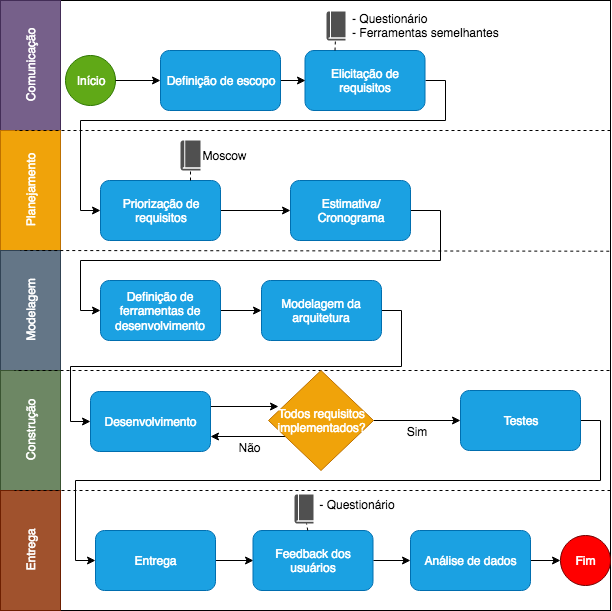
This is figuras/modeloprocesso.png from Eduardojvr/tcc2Escrita, a draw.io export, as it was before one commit. Source tidied: cells renumbered, new cells last; positions are measured from the earlier drawing's top-left corner, leaving out a move shared by most shapes.
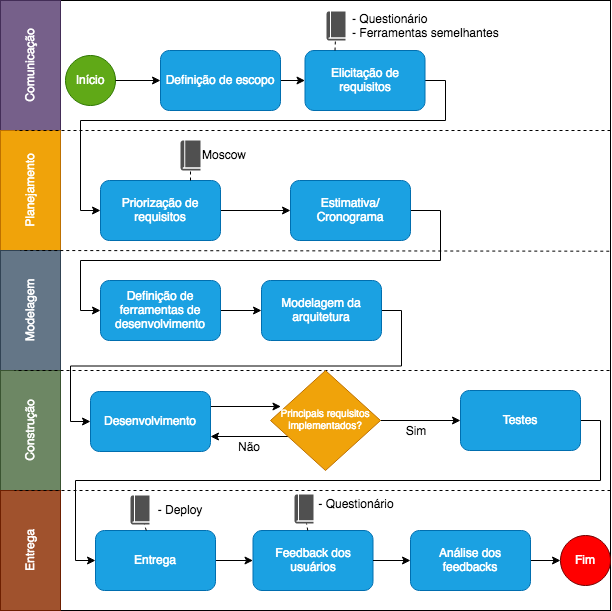
Above is the later version.

The edit, as a diff of the source:
```diff
@@ -153,7 +153,7 @@
     <mxCell id="41" value="Fim" style="ellipse;whiteSpace=wrap;html=1;fillColor=#FF0000;strokeColor=#6F0000;fontColor=#ffffff;" parent="1" vertex="1">
       <mxGeometry x="595" y="535" width="50" height="50" as="geometry" />
     </mxCell>
-    <mxCell id="42" value="Análise de dados" style="rounded=1;whiteSpace=wrap;html=1;glass=0;fillColor=#1ba1e2;strokeColor=#006EAF;fontColor=#ffffff;" parent="1" vertex="1">
+    <mxCell id="42" value="&lt;div&gt;Análise dos feedbacks&lt;/div&gt;" style="rounded=1;whiteSpace=wrap;html=1;glass=0;fillColor=#1ba1e2;strokeColor=#006EAF;fontColor=#ffffff;" parent="1" vertex="1">
       <mxGeometry x="445" y="530" width="120" height="60" as="geometry" />
     </mxCell>
     <mxCell id="43" style="edgeStyle=orthogonalEdgeStyle;rounded=0;jettySize=auto;html=1;exitX=1;exitY=0.5;exitDx=0;exitDy=0;" parent="1" edge="1" source="40" target="42">
@@ -165,8 +165,8 @@
     <mxCell id="45" style="edgeStyle=orthogonalEdgeStyle;rounded=0;jettySize=auto;html=1;exitX=0.162;exitY=0.66;exitDx=0;exitDy=0;entryX=1;entryY=0.75;entryDx=0;entryDy=0;exitPerimeter=0;" parent="1" edge="1" source="46" target="34">
       <mxGeometry relative="1" as="geometry" />
     </mxCell>
-    <mxCell id="46" value="&lt;div&gt;Todos requisitos&lt;/div&gt;&lt;div&gt;implementados?&lt;/div&gt;" style="rhombus;whiteSpace=wrap;html=1;fillColor=#f0a30a;strokeColor=#BD7000;fontColor=#ffffff;" parent="1" vertex="1">
-      <mxGeometry x="303" y="370" width="105" height="100" as="geometry" />
+    <mxCell id="46" value="&lt;div style=&quot;font-size: 10px&quot;&gt;&lt;font style=&quot;font-size: 10px&quot; color=&quot;#FFFFFF&quot;&gt;Principais requisitos&lt;/font&gt;&lt;/div&gt;&lt;div style=&quot;font-size: 10px&quot;&gt;&lt;font style=&quot;font-size: 10px&quot; color=&quot;#FFFFFF&quot;&gt;implementados?&lt;/font&gt;&lt;/div&gt;" style="rhombus;whiteSpace=wrap;html=1;fillColor=#f0a30a;strokeColor=#BD7000;fontColor=#ffffff;" parent="1" vertex="1">
+      <mxGeometry x="305" y="370" width="110" height="100" as="geometry" />
     </mxCell>
     <mxCell id="47" value="Sim" style="text;html=1;strokeColor=none;fillColor=none;align=center;verticalAlign=middle;whiteSpace=wrap;rounded=0;" parent="1" vertex="1">
       <mxGeometry x="431" y="421" width="40" height="20" as="geometry" />
@@ -183,5 +183,14 @@
     <mxCell id="51" value="- Questionário" style="text;html=1;strokeColor=none;fillColor=none;align=center;verticalAlign=middle;whiteSpace=wrap;rounded=0;" parent="1" vertex="1">
       <mxGeometry x="351" y="494" width="80" height="20" as="geometry" />
     </mxCell>
+    <mxCell id="52" style="shadow=0;dashed=0;html=1;strokeColor=none;fillColor=#505050;labelPosition=center;verticalLabelPosition=bottom;verticalAlign=top;outlineConnect=0;align=center;shape=mxgraph.office.concepts.book_journal;" parent="1" vertex="1">
+      <mxGeometry x="165" y="495" width="19" height="29" as="geometry" />
+    </mxCell>
+    <mxCell id="53" value="- Deploy" style="text;html=1;strokeColor=none;fillColor=none;align=center;verticalAlign=middle;whiteSpace=wrap;rounded=0;" parent="1" vertex="1">
+      <mxGeometry x="185" y="500" width="60" height="20" as="geometry" />
+    </mxCell>
+    <mxCell id="54" style="endArrow=none;dashed=1;html=1;" parent="1" edge="1" source="38" target="52">
+      <mxGeometry relative="1" as="geometry" />
+    </mxCell>
   </root>
 </mxGraphModel>
```
